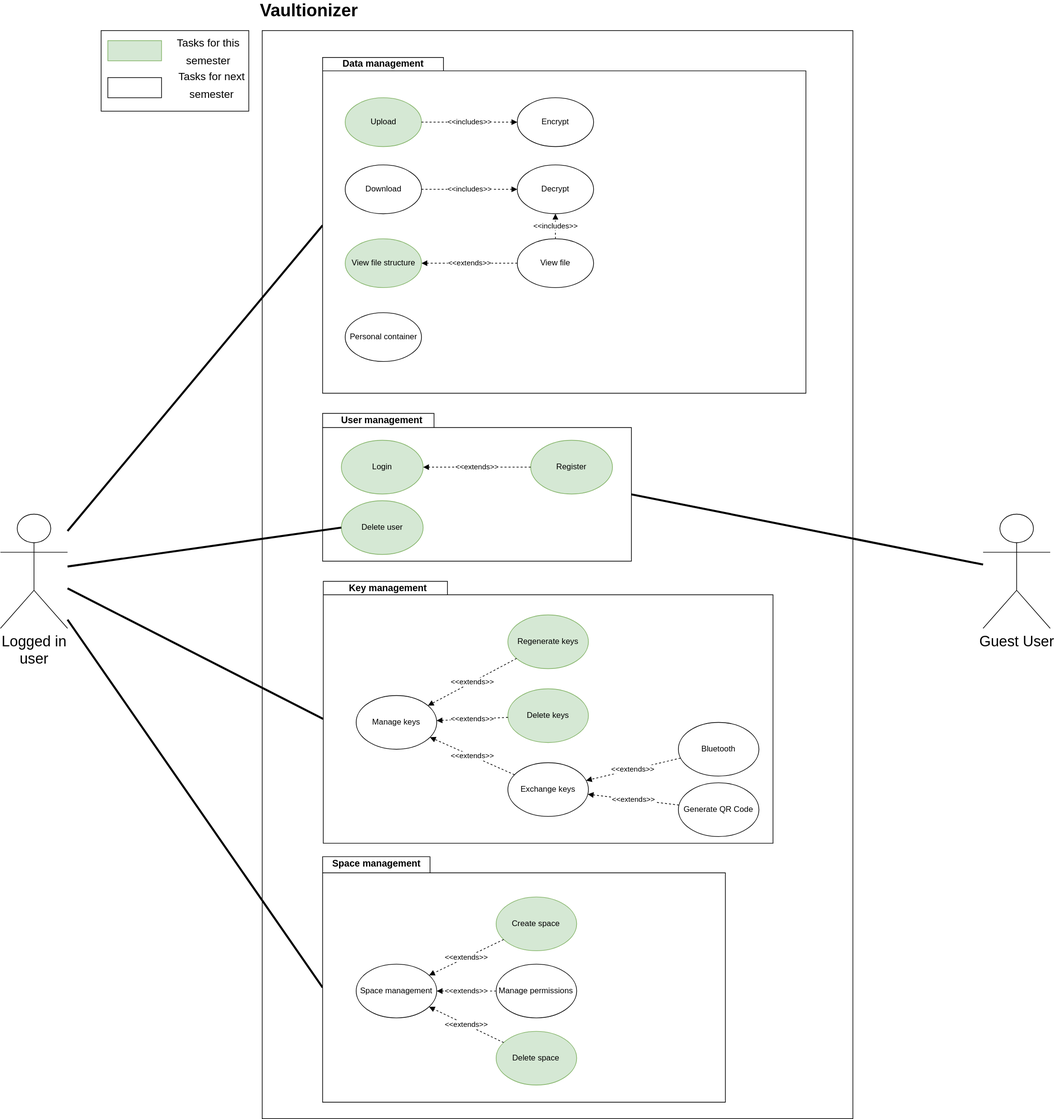
Above: img/use_cases/overall_use_case.svg in Vaultionizer/vault-docs (draw.io), before the change. Source tidied: cells renumbered, new cells last; positions are measured from the earlier drawing's top-left corner, leaving out a move shared by most shapes.
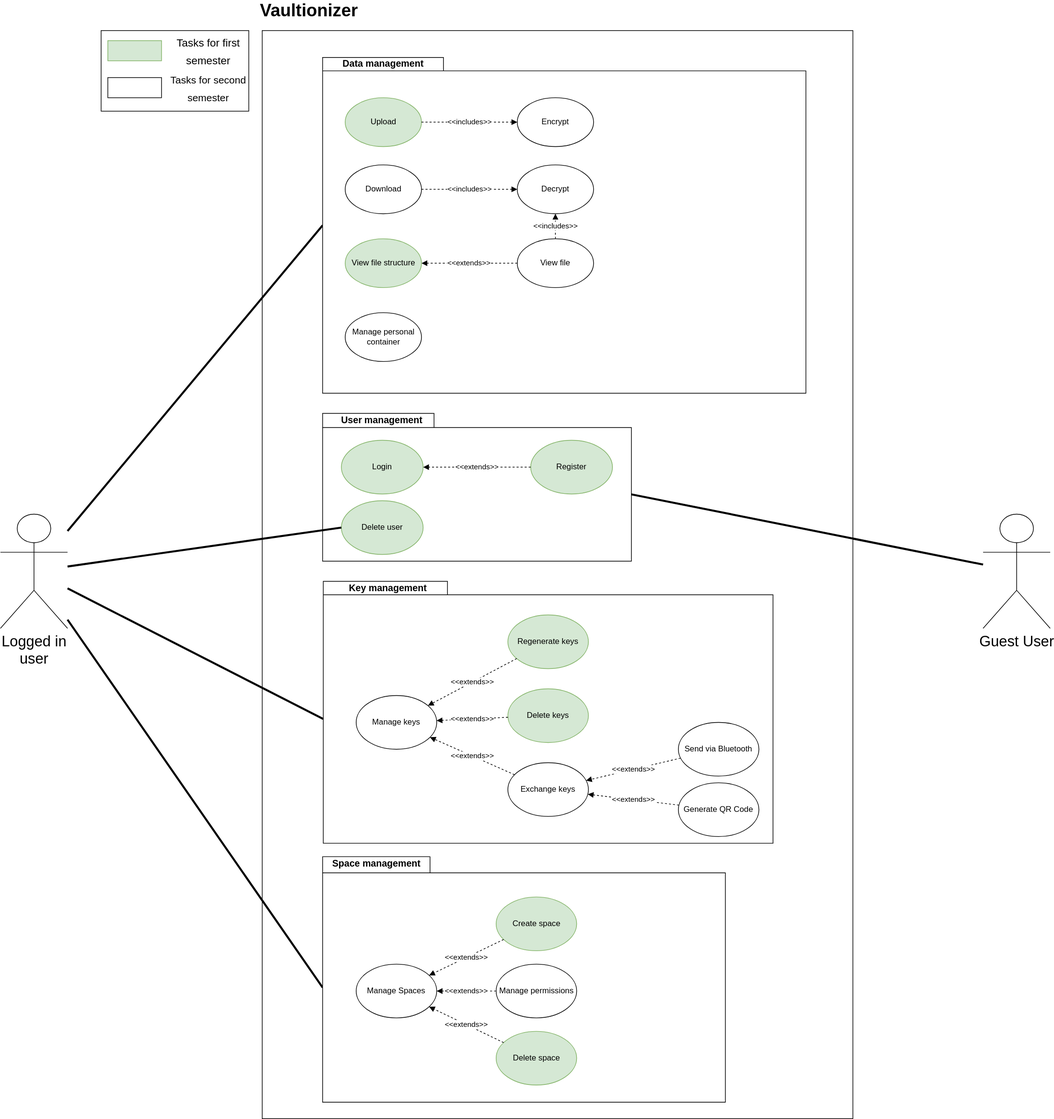
The same file after the commit.

Commit message:
Fix use case names.

The edit, as a diff of the source:
```diff
@@ -29,7 +29,7 @@
     <mxCell id="10" style="shape=folder;fontStyle=1;spacingTop=10;tabWidth=160;tabHeight=24;tabPosition=left;html=1;" parent="9" vertex="1">
       <mxGeometry width="600" height="365.5" as="geometry" />
     </mxCell>
-    <mxCell id="11" value="Space management" style="ellipse;whiteSpace=wrap;html=1;" parent="9" vertex="1">
+    <mxCell id="11" value="Manage Spaces" style="ellipse;whiteSpace=wrap;html=1;" parent="9" vertex="1">
       <mxGeometry x="50" y="160" width="120" height="80" as="geometry" />
     </mxCell>
     <mxCell id="12" value="Create space" style="ellipse;whiteSpace=wrap;html=1;fillColor=#d5e8d4;strokeColor=#82b366;" parent="9" vertex="1">
@@ -80,7 +80,7 @@
     <mxCell id="27" value="Exchange keys" style="ellipse;whiteSpace=wrap;html=1;" parent="20" vertex="1">
       <mxGeometry x="275" y="270" width="120" height="80" as="geometry" />
     </mxCell>
-    <mxCell id="28" value="Bluetooth" style="ellipse;whiteSpace=wrap;html=1;" parent="20" vertex="1">
+    <mxCell id="28" value="Send via Bluetooth" style="ellipse;whiteSpace=wrap;html=1;" parent="20" vertex="1">
       <mxGeometry x="529" y="210" width="120" height="80" as="geometry" />
     </mxCell>
     <mxCell id="29" value="Generate QR Code" style="ellipse;whiteSpace=wrap;html=1;" parent="20" vertex="1">
@@ -140,7 +140,7 @@
     <mxCell id="47" value="Decrypt" style="ellipse;whiteSpace=wrap;html=1;" parent="41" vertex="1">
       <mxGeometry x="290" y="160" width="113.7" height="72.7" as="geometry" />
     </mxCell>
-    <mxCell id="48" value="Personal container" style="ellipse;whiteSpace=wrap;html=1;" parent="41" vertex="1">
+    <mxCell id="48" value="Manage personal container" style="ellipse;whiteSpace=wrap;html=1;" parent="41" vertex="1">
       <mxGeometry x="33.6" y="380" width="113.7" height="72.7" as="geometry" />
     </mxCell>
     <mxCell id="49" value="&amp;lt;&amp;lt;includes&amp;gt;&amp;gt;" style="edgeStyle=none;rounded=0;jettySize=auto;html=1;dashed=1;endArrow=block;endFill=1;exitX=1;exitY=0.5;exitDx=0;exitDy=0;" parent="41" edge="1" source="46" target="47">
@@ -174,7 +174,7 @@
       <mxGeometry relative="1" as="geometry" />
     </mxCell>
     <mxCell id="59" style="group;" parent="1" vertex="1">
-      <mxGeometry x="150" y="40" width="220" height="120" as="geometry" />
+      <mxGeometry x="150" y="40" width="240" height="120" as="geometry" />
     </mxCell>
     <mxCell id="60" style="rounded=0;whiteSpace=wrap;html=1;fontSize=22;" parent="59" vertex="1">
       <mxGeometry width="220" height="120" as="geometry" />
@@ -182,14 +182,14 @@
     <mxCell id="61" style="rounded=0;whiteSpace=wrap;html=1;fontSize=22;fillColor=#d5e8d4;strokeColor=#82b366;" parent="59" vertex="1">
       <mxGeometry x="10" y="15" width="80" height="30" as="geometry" />
     </mxCell>
-    <mxCell id="62" value="&lt;font style=&quot;font-size: 16px&quot;&gt;Tasks for this semester&lt;br&gt;&lt;/font&gt;" style="text;html=1;strokeColor=none;fillColor=none;align=center;verticalAlign=middle;whiteSpace=wrap;rounded=0;fontSize=22;" parent="59" vertex="1">
+    <mxCell id="62" value="&lt;font style=&quot;font-size: 16px&quot;&gt;Tasks for first semester&lt;br&gt;&lt;/font&gt;" style="text;html=1;strokeColor=none;fillColor=none;align=center;verticalAlign=middle;whiteSpace=wrap;rounded=0;fontSize=22;" parent="59" vertex="1">
       <mxGeometry x="110" y="20" width="100" height="20" as="geometry" />
     </mxCell>
     <mxCell id="63" style="rounded=0;whiteSpace=wrap;html=1;fontSize=22;" parent="59" vertex="1">
       <mxGeometry x="10" y="70" width="80" height="30" as="geometry" />
     </mxCell>
-    <mxCell id="64" value="&lt;font style=&quot;font-size: 16px&quot;&gt;Tasks for next semester&lt;br&gt;&lt;/font&gt;" style="text;html=1;strokeColor=none;fillColor=none;align=center;verticalAlign=middle;whiteSpace=wrap;rounded=0;fontSize=22;" parent="59" vertex="1">
-      <mxGeometry x="110" y="70" width="110" height="20" as="geometry" />
+    <mxCell id="64" value="&lt;font style=&quot;font-size: 15px&quot;&gt;&lt;font style=&quot;font-size: 15px&quot;&gt;Tasks for second semester&lt;/font&gt;&lt;br&gt;&lt;/font&gt;" style="text;html=1;strokeColor=none;fillColor=none;align=center;verticalAlign=middle;whiteSpace=wrap;rounded=0;fontSize=22;" parent="59" vertex="1">
+      <mxGeometry x="95" y="75" width="130" height="20" as="geometry" />
     </mxCell>
     <mxCell id="65" style="edgeStyle=none;rounded=0;jettySize=auto;html=1;entryX=0;entryY=0.5;entryDx=0;entryDy=0;endArrow=none;endFill=0;strokeWidth=3;" parent="1" edge="1" source="6" target="40">
       <mxGeometry relative="1" as="geometry" />
```
